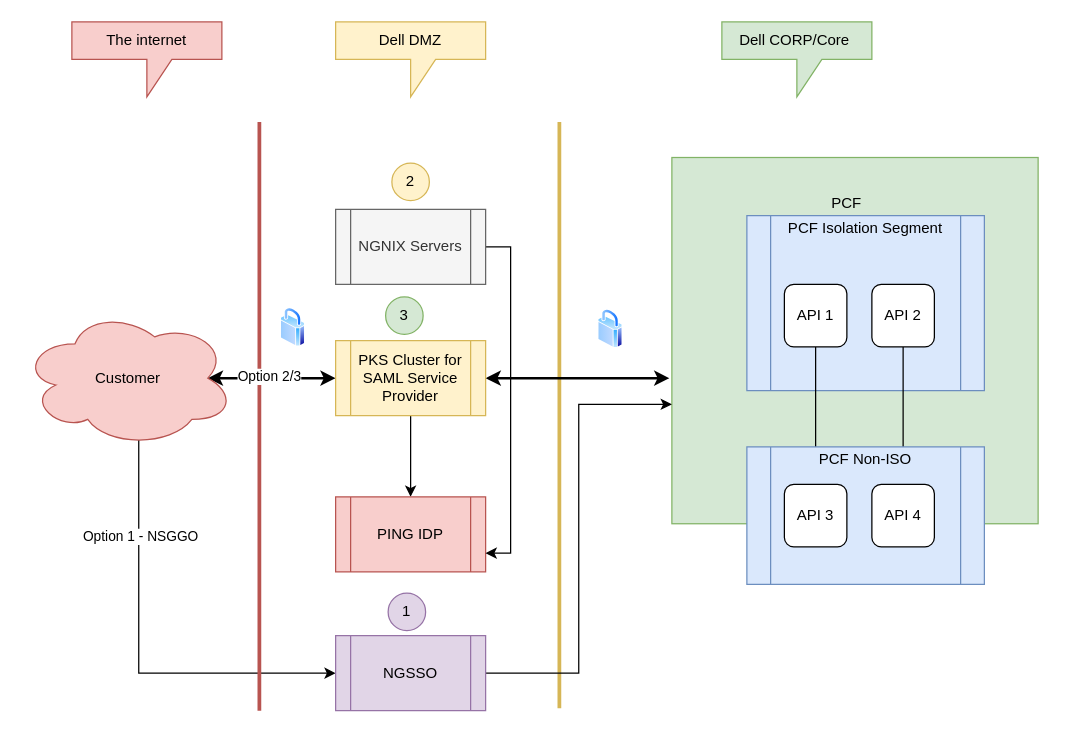
Before: PKS-PCF.drawio in rama78/app-config, a draw.io diagram. Source tidied: cells renumbered, new cells numbered last; positions are measured from the earlier drawing's top-left corner, leaving out a move shared by most shapes. Both pictures are drawn from the tidied source at 125%, with x=0, y=0 at pixel (21, 21).
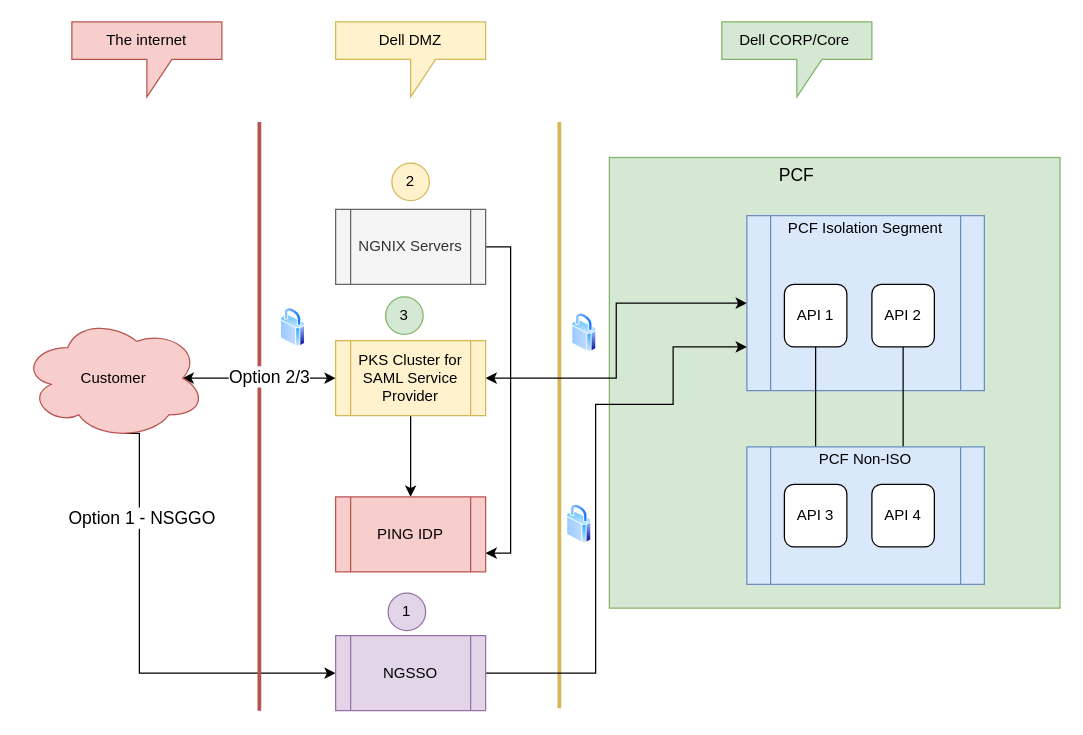
The same diagram, later.

Unchanged cells that the change refers to:
```xml
<mxCell id="4" style="edgeStyle=orthogonalEdgeStyle;rounded=0;jettySize=auto;html=1;exitX=0.55;exitY=0.95;exitDx=0;exitDy=0;exitPerimeter=0;entryX=0;entryY=0.5;entryDx=0;entryDy=0;" parent="1" edge="1" source="6" target="35">
  <mxGeometry relative="1" as="geometry">
    <Array as="points">
      <mxPoint x="94" y="521" />
    </Array>
  </mxGeometry>
</mxCell>
<mxCell id="7" style="endArrow=none;html=1;strokeWidth=3;fillColor=#f8cecc;strokeColor=#b85450;" parent="1" edge="1">
  <mxGeometry relative="1" as="geometry">
    <mxPoint x="190" y="551" as="sourcePoint" />
    <mxPoint x="190" y="80" as="targetPoint" />
  </mxGeometry>
</mxCell>
<mxCell id="12" value="PKS Cluster for SAML Service Provider" style="shape=process;whiteSpace=wrap;html=1;backgroundOutline=1;fillColor=#fff2cc;strokeColor=#d6b656;" parent="1" vertex="1">
  <mxGeometry x="251" y="255" width="120" height="60" as="geometry" />
</mxCell>
<mxCell id="14" style="shape=process;whiteSpace=wrap;html=1;backgroundOutline=1;fillColor=#dae8fc;strokeColor=#6c8ebf;" parent="1" vertex="1">
  <mxGeometry x="580" y="155" width="190" height="140" as="geometry" />
</mxCell>
<mxCell id="35" value="NGSSO" style="shape=process;whiteSpace=wrap;html=1;backgroundOutline=1;fillColor=#e1d5e7;strokeColor=#9673a6;" parent="1" vertex="1">
  <mxGeometry x="251" y="491" width="120" height="60" as="geometry" />
</mxCell>
```

The edit, as a diff of the source:
```diff
@@
     <mxCell id="2" style="whiteSpace=wrap;html=1;fillColor=#d5e8d4;strokeColor=#82b366;" parent="1" vertex="1">
-      <mxGeometry x="520" y="108.5" width="293" height="293" as="geometry" />
+      <mxGeometry x="470" y="108.5" width="360.5" height="360.5" as="geometry" />
     </mxCell>
-    <mxCell id="3" style="edgeStyle=orthogonalEdgeStyle;rounded=0;jettySize=auto;html=1;strokeWidth=2;exitX=0.875;exitY=0.5;exitDx=0;exitDy=0;exitPerimeter=0;startArrow=classic;startFill=1;" parent="1" edge="1" source="6" target="12">
+    <mxCell id="3" style="edgeStyle=orthogonalEdgeStyle;rounded=0;jettySize=auto;html=1;strokeWidth=1;exitX=0.875;exitY=0.5;exitDx=0;exitDy=0;exitPerimeter=0;startArrow=classic;startFill=1;" parent="1" edge="1" source="6" target="12">
       <mxGeometry relative="1" as="geometry" />
     </mxCell>
@@
-    <mxCell id="5" value="Option 1 - NSGGO" style="edgeLabel;html=1;align=center;verticalAlign=middle;" parent="4" vertex="1">
+    <mxCell id="5" value="&lt;font style=&quot;font-size: 14px&quot;&gt;Option 1 - NSGGO&lt;/font&gt;" style="edgeLabel;html=1;align=center;verticalAlign=middle;" parent="4" vertex="1">
       <mxGeometry x="-0.55" y="1" relative="1" as="geometry" />
     </mxCell>
     <mxCell id="6" value="Customer" style="ellipse;shape=cloud;whiteSpace=wrap;html=1;fillColor=#f8cecc;strokeColor=#b85450;" parent="1" vertex="1">
-      <mxGeometry y="230" width="170" height="110" as="geometry" />
+      <mxGeometry y="236" width="147" height="98" as="geometry" />
     </mxCell>
@@
-    <mxCell id="8" value="Option 2/3" style="edgeLabel;html=1;align=center;verticalAlign=middle;" parent="7" vertex="1">
+    <mxCell id="8" value="&lt;font style=&quot;font-size: 14px&quot;&gt;Option 2/3&lt;/font&gt;" style="edgeLabel;html=1;align=center;verticalAlign=middle;" parent="7" vertex="1">
       <mxGeometry x="0.14" y="-7" relative="1" as="geometry" />
     </mxCell>
@@
-    <mxCell id="10" style="edgeStyle=orthogonalEdgeStyle;rounded=0;jettySize=auto;html=1;strokeWidth=2;startArrow=classic;startFill=1;" parent="1" edge="1" source="12">
-      <mxGeometry relative="1" as="geometry">
-        <mxPoint x="518" y="285" as="targetPoint" />
-      </mxGeometry>
+    <mxCell id="10" style="edgeStyle=orthogonalEdgeStyle;rounded=0;jettySize=auto;html=1;strokeWidth=1;startArrow=classic;startFill=1;entryX=0;entryY=0.5;entryDx=0;entryDy=0;" parent="1" edge="1" source="12" target="14">
+      <mxGeometry relative="1" as="geometry" />
     </mxCell>
@@
-    <mxCell id="13" value="PCF" style="text;html=1;strokeColor=none;fillColor=none;align=center;verticalAlign=middle;whiteSpace=wrap;rounded=0;" parent="1" vertex="1">
-      <mxGeometry x="640" y="135" width="40" height="20" as="geometry" />
+    <mxCell id="13" value="&lt;font style=&quot;font-size: 14px&quot;&gt;PCF&lt;/font&gt;" style="text;html=1;strokeColor=none;fillColor=none;align=center;verticalAlign=middle;whiteSpace=wrap;rounded=0;" parent="1" vertex="1">
+      <mxGeometry x="600" y="113" width="40" height="20" as="geometry" />
     </mxCell>
@@
     <mxCell id="20" style="perimeter=ellipsePerimeter;html=1;align=center;shadow=0;dashed=0;spacingTop=3;image;image=img/lib/active_directory/secure.svg;" parent="1" vertex="1">
-      <mxGeometry x="461" y="230" width="20" height="31.2" as="geometry" />
+      <mxGeometry x="440" y="233" width="20" height="31.2" as="geometry" />
     </mxCell>
@@
-    <mxCell id="34" style="edgeStyle=orthogonalEdgeStyle;rounded=0;jettySize=auto;html=1;entryX=0;entryY=0.674;entryDx=0;entryDy=0;entryPerimeter=0;" parent="1" edge="1" source="35" target="2">
-      <mxGeometry relative="1" as="geometry" />
+    <mxCell id="34" style="edgeStyle=orthogonalEdgeStyle;rounded=0;jettySize=auto;html=1;entryX=0;entryY=0.75;entryDx=0;entryDy=0;" parent="1" edge="1" source="35" target="14">
+      <mxGeometry relative="1" as="geometry">
+        <Array as="points">
+          <mxPoint x="459" y="521" />
+          <mxPoint x="459" y="306" />
+          <mxPoint x="521" y="306" />
+          <mxPoint x="521" y="260" />
+        </Array>
+      </mxGeometry>
     </mxCell>
@@
+    <mxCell id="37" style="perimeter=ellipsePerimeter;html=1;align=center;shadow=0;dashed=0;spacingTop=3;image;image=img/lib/active_directory/secure.svg;" parent="1" vertex="1">
+      <mxGeometry x="436" y="386" width="20" height="31.2" as="geometry" />
+    </mxCell>
```
